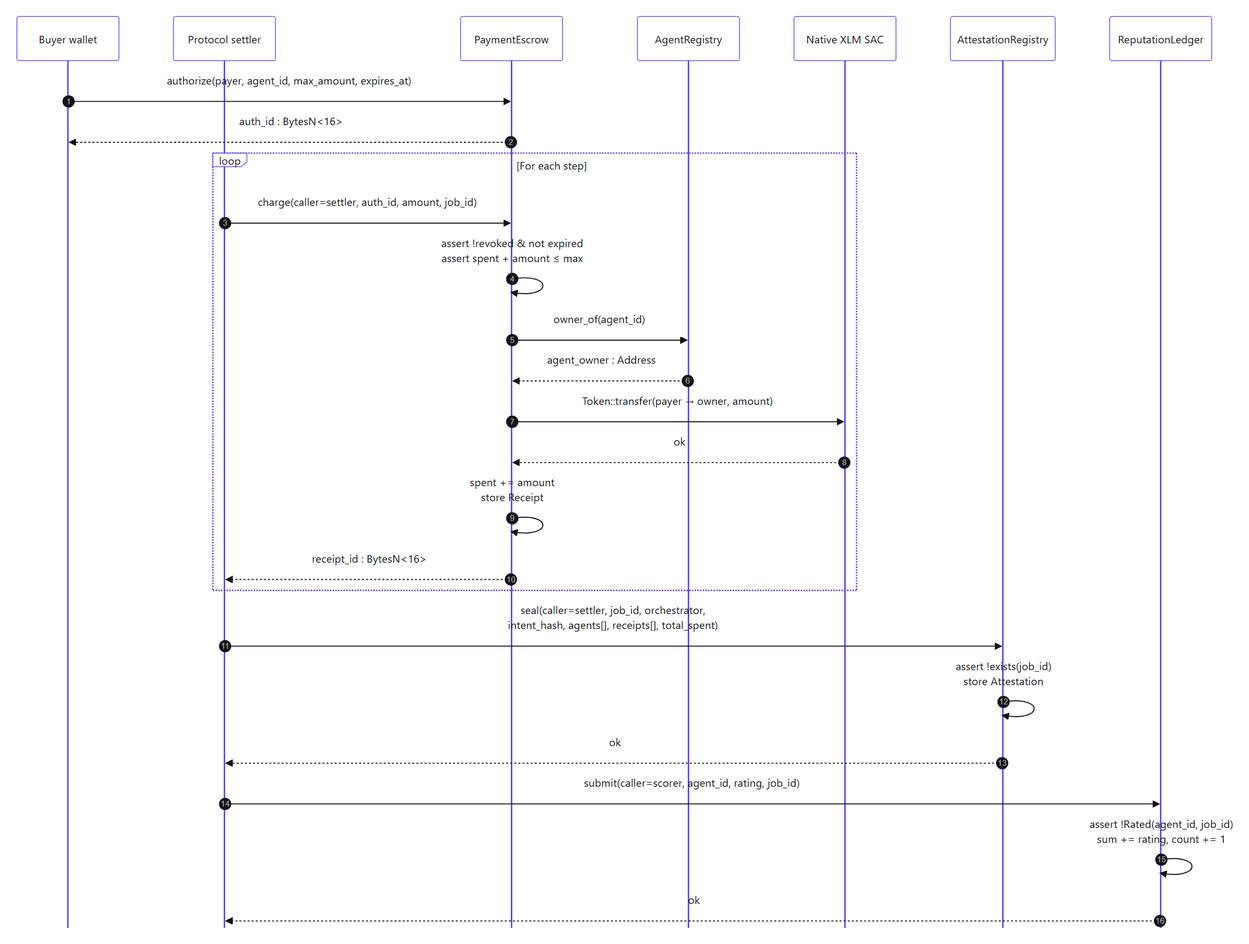
Before: litepaper/figures/figure-5.png, a diagram exported from Mermaid (Bl0cksmiths/Orizon-Agents-FE-Stellar). Its source is kept beside it as litepaper/figures/figure-5.mmd.
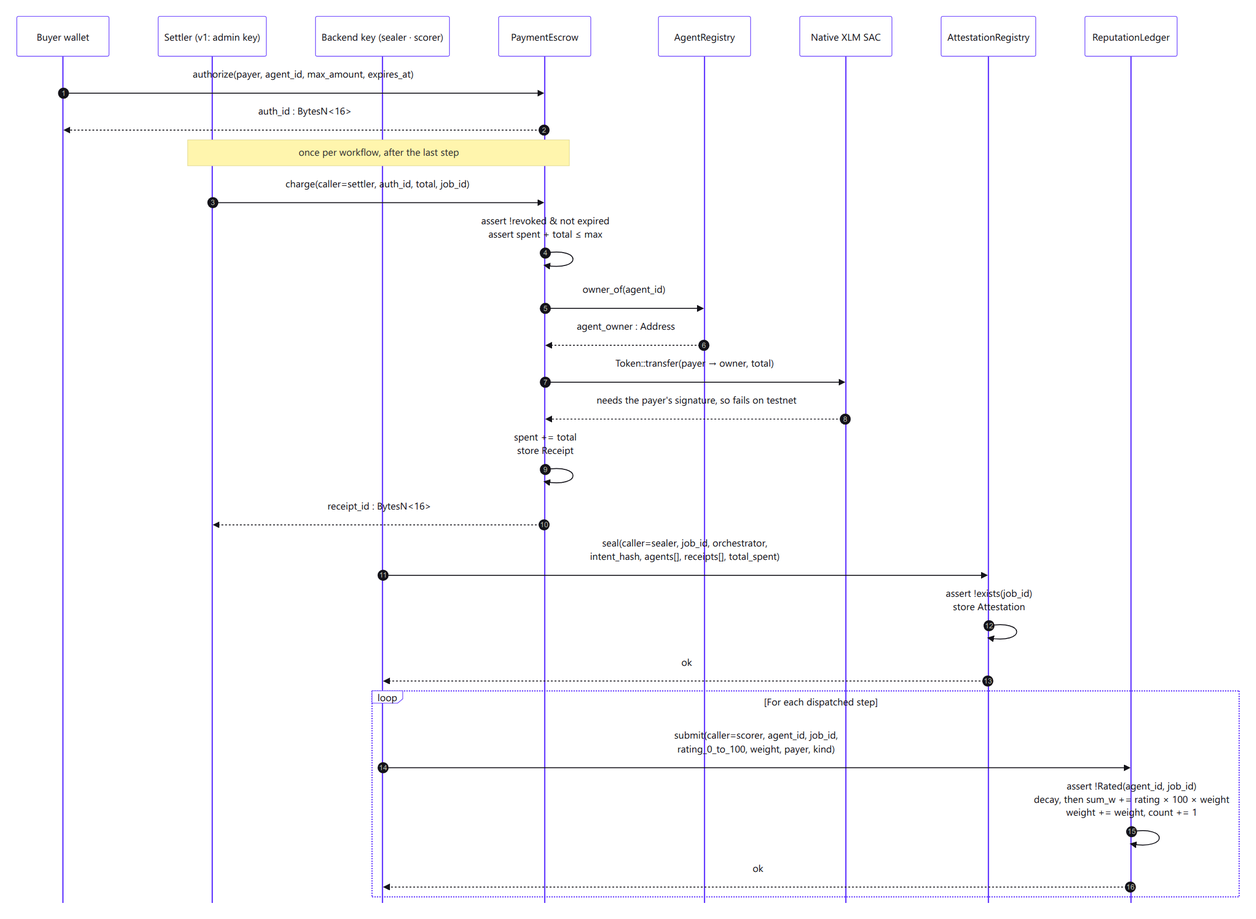
Later version of the same file.

Commit message:
re-rendered figure 5

Diff of the diagram source:
```diff
@@ -1,7 +1,8 @@
 sequenceDiagram
     autonumber
     participant Buyer as Buyer wallet
-    participant Setl as Protocol settler
+    participant Setl as Settler (v1: admin key)
+    participant Key as Backend key (sealer · scorer)
     participant PE as PaymentEscrow
     participant AR as AgentRegistry
     participant SAC as Native XLM SAC
@@ -11,21 +12,22 @@
     Buyer->>PE: authorize(payer, agent_id, max_amount, expires_at)
     PE-->>Buyer: auth_id : BytesN<16>
 
-    loop For each step
-        Setl->>PE: charge(caller=settler, auth_id, amount, job_id)
-        PE->>PE: assert !revoked & not expired<br/>assert spent + amount ≤ max
-        PE->>AR: owner_of(agent_id)
-        AR-->>PE: agent_owner : Address
-        PE->>SAC: Token::transfer(payer → owner, amount)
-        SAC-->>PE: ok
-        PE->>PE: spent += amount<br/>store Receipt
-        PE-->>Setl: receipt_id : BytesN<16>
+    Note over Setl,PE: once per workflow, after the last step
+    Setl->>PE: charge(caller=settler, auth_id, total, job_id)
+    PE->>PE: assert !revoked & not expired<br/>assert spent + total ≤ max
+    PE->>AR: owner_of(agent_id)
+    AR-->>PE: agent_owner : Address
+    PE->>SAC: Token::transfer(payer → owner, total)
+    SAC-->>PE: needs the payer's signature, so fails on testnet
+    PE->>PE: spent += total<br/>store Receipt
+    PE-->>Setl: receipt_id : BytesN<16>
+
+    Key->>AT: seal(caller=sealer, job_id, orchestrator,<br/>intent_hash, agents[], receipts[], total_spent)
+    AT->>AT: assert !exists(job_id)<br/>store Attestation
+    AT-->>Key: ok
+
+    loop For each dispatched step
+        Key->>RL: submit(caller=scorer, agent_id, job_id,<br/>rating_0_to_100, weight, payer, kind)
+        RL->>RL: assert !Rated(agent_id, job_id)<br/>decay, then sum_w += rating × 100 × weight<br/>weight += weight, count += 1
+        RL-->>Key: ok
     end
-
-    Setl->>AT: seal(caller=settler, job_id, orchestrator,<br/>intent_hash, agents[], receipts[], total_spent)
-    AT->>AT: assert !exists(job_id)<br/>store Attestation
-    AT-->>Setl: ok
-
-    Setl->>RL: submit(caller=scorer, agent_id, rating, job_id)
-    RL->>RL: assert !Rated(agent_id, job_id)<br/>sum += rating, count += 1
-    RL-->>Setl: ok
```
